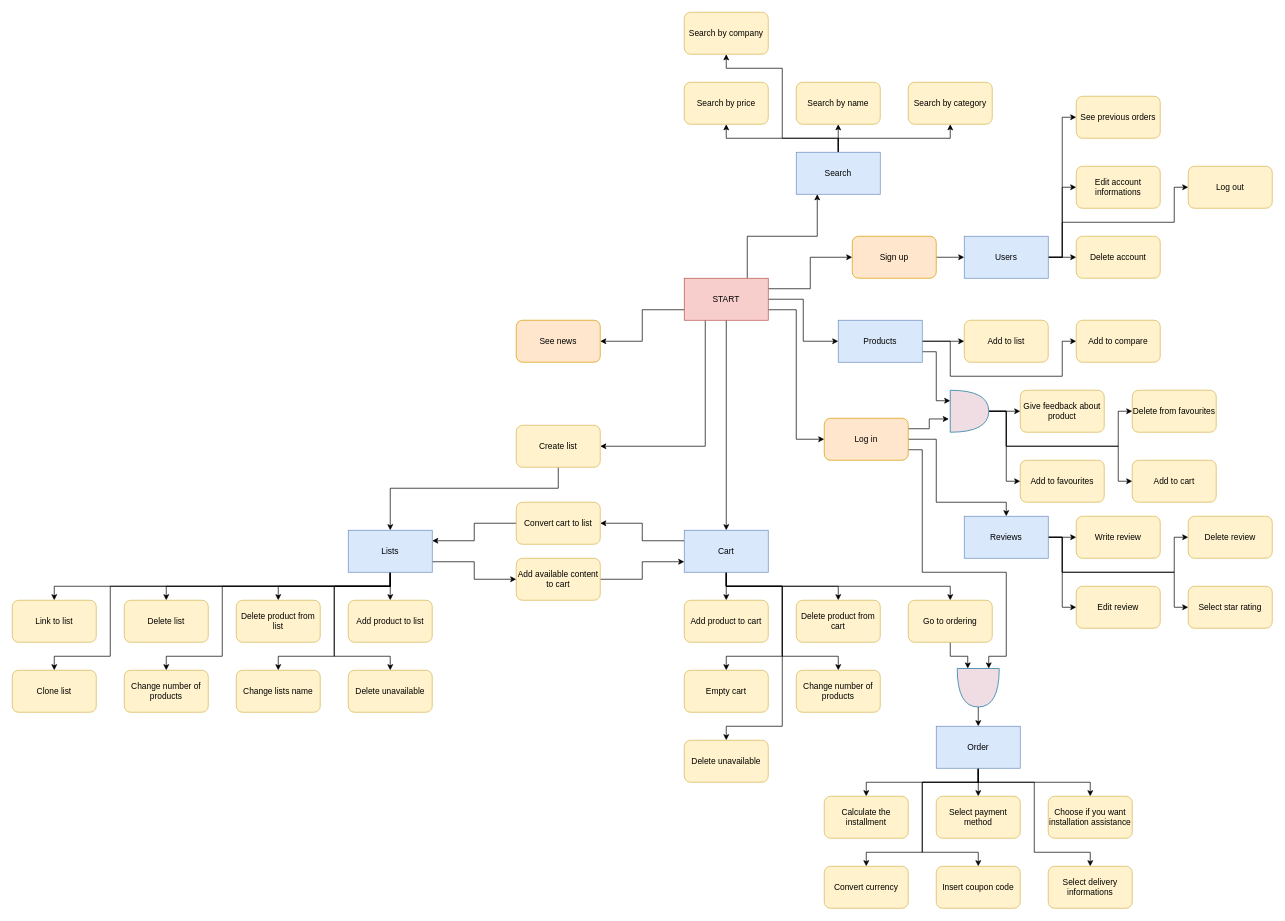
The draw.io diagram Documentation/DrawioFiles/functionalitiesSchema.drawio in Rumi152/X-KOMdb, before the edit. Source tidied: cells renumbered, new cells numbered last; positions are measured from the earlier drawing's top-left corner, leaving out a move shared by most shapes. Both pictures are drawn from the tidied source at 70%, with x=0, y=0 at pixel (12, 12).
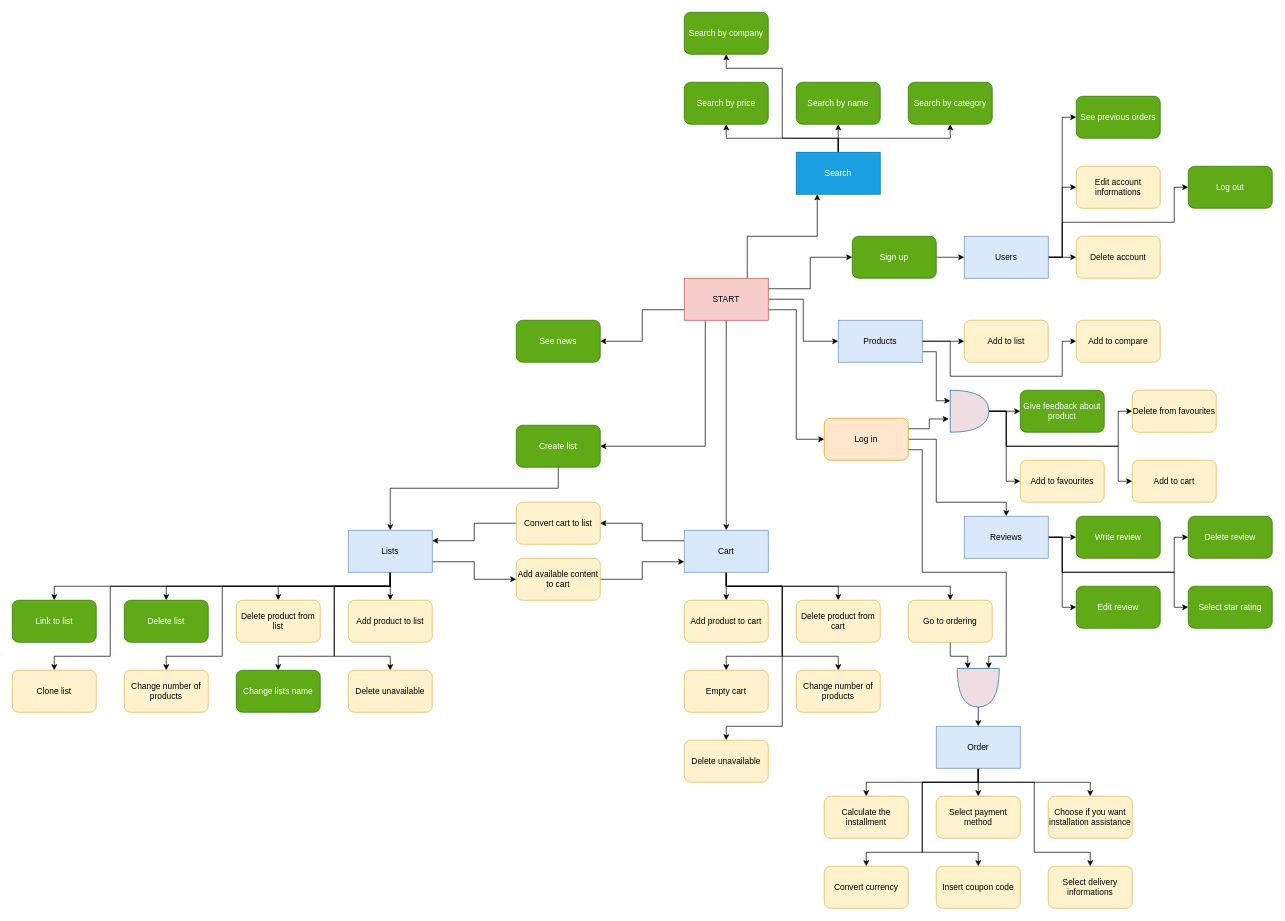
The same page after the edit.

Commit message (it also covers changes not shown here):
added deleting user

What changed in the source:
```diff
@@
-    <mxCell id="15" value="Sign up" style="rounded=1;whiteSpace=wrap;html=1;fillColor=#ffe6cc;strokeColor=#d79b00;fontColor=#000000;" parent="1" vertex="1">
+    <mxCell id="15" value="Sign up" style="rounded=1;whiteSpace=wrap;html=1;fillColor=#60a917;strokeColor=#2D7600;fontColor=#ffffff;" parent="1" vertex="1">
       <mxGeometry x="1200" y="320" width="120" height="60" as="geometry" />
     </mxCell>
-    <mxCell id="16" value="See news" style="rounded=1;whiteSpace=wrap;html=1;fillColor=#ffe6cc;strokeColor=#d79b00;fontColor=#000000;" parent="1" vertex="1">
+    <mxCell id="16" value="See news" style="rounded=1;whiteSpace=wrap;html=1;fillColor=#60a917;strokeColor=#2D7600;fontColor=#ffffff;" parent="1" vertex="1">
       <mxGeometry x="720" y="440" width="120" height="60" as="geometry" />
     </mxCell>
@@
-    <mxCell id="21" value="Search" style="rounded=0;whiteSpace=wrap;html=1;fillColor=#dae8fc;strokeColor=#6c8ebf;fontColor=#000000;" parent="1" vertex="1">
+    <mxCell id="21" value="Search" style="rounded=0;whiteSpace=wrap;html=1;fillColor=#1ba1e2;strokeColor=#006EAF;fontColor=#ffffff;" parent="1" vertex="1">
       <mxGeometry x="1120" y="200" width="120" height="60" as="geometry" />
     </mxCell>
@@
-    <mxCell id="55" value="Create list" style="rounded=1;whiteSpace=wrap;html=1;fillColor=#fff2cc;strokeColor=#d6b656;fontColor=#000000;" parent="1" vertex="1">
+    <mxCell id="55" value="Create list" style="rounded=1;whiteSpace=wrap;html=1;fillColor=#60a917;strokeColor=#2D7600;fontColor=#ffffff;" parent="1" vertex="1">
       <mxGeometry x="720" y="590" width="120" height="60" as="geometry" />
     </mxCell>
-    <mxCell id="56" value="Delete list" style="rounded=1;whiteSpace=wrap;html=1;fillColor=#fff2cc;strokeColor=#d6b656;fontColor=#000000;" parent="1" vertex="1">
+    <mxCell id="56" value="Delete list" style="rounded=1;whiteSpace=wrap;html=1;fillColor=#60a917;strokeColor=#2D7600;fontColor=#ffffff;" parent="1" vertex="1">
       <mxGeometry x="160" y="840" width="120" height="60" as="geometry" />
     </mxCell>
@@
-    <mxCell id="61" value="Change lists name" style="rounded=1;whiteSpace=wrap;html=1;strokeColor=#d6b656;fontFamily=Helvetica;fontSize=12;fontColor=#000000;fillColor=#fff2cc;" parent="1" vertex="1">
+    <mxCell id="61" value="Change lists name" style="rounded=1;whiteSpace=wrap;html=1;strokeColor=#2D7600;fontFamily=Helvetica;fontSize=12;fontColor=#ffffff;fillColor=#60a917;" parent="1" vertex="1">
       <mxGeometry x="320" y="940" width="120" height="60" as="geometry" />
     </mxCell>
-    <mxCell id="62" value="Link to list" style="rounded=1;whiteSpace=wrap;html=1;strokeColor=#d6b656;fontFamily=Helvetica;fontSize=12;fontColor=#000000;fillColor=#fff2cc;" parent="1" vertex="1">
+    <mxCell id="62" value="Link to list" style="rounded=1;whiteSpace=wrap;html=1;strokeColor=#2D7600;fontFamily=Helvetica;fontSize=12;fontColor=#ffffff;fillColor=#60a917;" parent="1" vertex="1">
       <mxGeometry y="840" width="120" height="60" as="geometry" />
     </mxCell>
@@
-    <mxCell id="88" value="Log out" style="rounded=1;whiteSpace=wrap;html=1;strokeColor=#d6b656;fontFamily=Helvetica;fontSize=12;fontColor=#000000;fillColor=#fff2cc;" parent="1" vertex="1">
+    <mxCell id="88" value="Log out" style="rounded=1;whiteSpace=wrap;html=1;strokeColor=#2D7600;fontFamily=Helvetica;fontSize=12;fontColor=#ffffff;fillColor=#60a917;" parent="1" vertex="1">
       <mxGeometry x="1680" y="220" width="120" height="60" as="geometry" />
     </mxCell>
-    <mxCell id="89" value="See previous orders" style="rounded=1;whiteSpace=wrap;html=1;strokeColor=#d6b656;fontFamily=Helvetica;fontSize=12;fontColor=#000000;fillColor=#fff2cc;" parent="1" vertex="1">
+    <mxCell id="89" value="See previous orders" style="rounded=1;whiteSpace=wrap;html=1;strokeColor=#2D7600;fontFamily=Helvetica;fontSize=12;fontColor=#ffffff;fillColor=#60a917;" parent="1" vertex="1">
       <mxGeometry x="1520" y="120" width="120" height="60" as="geometry" />
     </mxCell>
@@
-    <mxCell id="94" value="Give feedback about product" style="rounded=1;whiteSpace=wrap;html=1;strokeColor=#d6b656;fontFamily=Helvetica;fontSize=12;fontColor=#000000;fillColor=#fff2cc;" parent="1" vertex="1">
+    <mxCell id="94" value="Give feedback about product" style="rounded=1;whiteSpace=wrap;html=1;strokeColor=#2D7600;fontFamily=Helvetica;fontSize=12;fontColor=#ffffff;fillColor=#60a917;" parent="1" vertex="1">
       <mxGeometry x="1440" y="540" width="120" height="60" as="geometry" />
     </mxCell>
-    <mxCell id="95" value="Write review" style="rounded=1;whiteSpace=wrap;html=1;strokeColor=#d6b656;fontFamily=Helvetica;fontSize=12;fontColor=#000000;fillColor=#fff2cc;" parent="1" vertex="1">
+    <mxCell id="95" value="Write review" style="rounded=1;whiteSpace=wrap;html=1;strokeColor=#2D7600;fontFamily=Helvetica;fontSize=12;fontColor=#ffffff;fillColor=#60a917;" parent="1" vertex="1">
       <mxGeometry x="1520" y="720" width="120" height="60" as="geometry" />
     </mxCell>
-    <mxCell id="96" value="Edit review" style="rounded=1;whiteSpace=wrap;html=1;strokeColor=#d6b656;fontFamily=Helvetica;fontSize=12;fontColor=#000000;fillColor=#fff2cc;" parent="1" vertex="1">
+    <mxCell id="96" value="Edit review" style="rounded=1;whiteSpace=wrap;html=1;strokeColor=#2D7600;fontFamily=Helvetica;fontSize=12;fontColor=#ffffff;fillColor=#60a917;" parent="1" vertex="1">
       <mxGeometry x="1520" y="820" width="120" height="60" as="geometry" />
     </mxCell>
-    <mxCell id="97" value="Delete review" style="rounded=1;whiteSpace=wrap;html=1;strokeColor=#d6b656;fontFamily=Helvetica;fontSize=12;fontColor=#000000;fillColor=#fff2cc;" parent="1" vertex="1">
+    <mxCell id="97" value="Delete review" style="rounded=1;whiteSpace=wrap;html=1;strokeColor=#2D7600;fontFamily=Helvetica;fontSize=12;fontColor=#ffffff;fillColor=#60a917;" parent="1" vertex="1">
       <mxGeometry x="1680" y="720" width="120" height="60" as="geometry" />
     </mxCell>
@@
-    <mxCell id="99" value="Select star rating" style="rounded=1;whiteSpace=wrap;html=1;strokeColor=#d6b656;fontFamily=Helvetica;fontSize=12;fontColor=#000000;fillColor=#fff2cc;" parent="1" vertex="1">
+    <mxCell id="99" value="Select star rating" style="rounded=1;whiteSpace=wrap;html=1;strokeColor=#2D7600;fontFamily=Helvetica;fontSize=12;fontColor=#ffffff;fillColor=#60a917;" parent="1" vertex="1">
       <mxGeometry x="1680" y="820" width="120" height="60" as="geometry" />
     </mxCell>
-    <mxCell id="100" value="&lt;font&gt;Search by price&lt;/font&gt;" style="rounded=1;whiteSpace=wrap;html=1;strokeColor=#d6b656;fontFamily=Helvetica;fontSize=12;fontColor=#000000;fillColor=#fff2cc;" parent="1" vertex="1">
+    <mxCell id="100" value="&lt;font&gt;Search by price&lt;/font&gt;" style="rounded=1;whiteSpace=wrap;html=1;strokeColor=#2D7600;fontFamily=Helvetica;fontSize=12;fontColor=#ffffff;fillColor=#60a917;" parent="1" vertex="1">
       <mxGeometry x="960" y="100" width="120" height="60" as="geometry" />
     </mxCell>
-    <mxCell id="101" value="&lt;font&gt;Search by name&lt;/font&gt;" style="rounded=1;whiteSpace=wrap;html=1;strokeColor=#d6b656;fontFamily=Helvetica;fontSize=12;fontColor=#000000;fillColor=#fff2cc;" parent="1" vertex="1">
+    <mxCell id="101" value="&lt;font&gt;Search by name&lt;/font&gt;" style="rounded=1;whiteSpace=wrap;html=1;strokeColor=#2D7600;fontFamily=Helvetica;fontSize=12;fontColor=#ffffff;fillColor=#60a917;" parent="1" vertex="1">
       <mxGeometry x="1120" y="100" width="120" height="60" as="geometry" />
     </mxCell>
-    <mxCell id="102" value="Search by category" style="rounded=1;whiteSpace=wrap;html=1;strokeColor=#d6b656;fontFamily=Helvetica;fontSize=12;fontColor=#000000;fillColor=#fff2cc;" parent="1" vertex="1">
+    <mxCell id="102" value="Search by category" style="rounded=1;whiteSpace=wrap;html=1;strokeColor=#2D7600;fontFamily=Helvetica;fontSize=12;fontColor=#ffffff;fillColor=#60a917;" parent="1" vertex="1">
       <mxGeometry x="1280" y="100" width="120" height="60" as="geometry" />
     </mxCell>
-    <mxCell id="103" value="Search by company" style="rounded=1;whiteSpace=wrap;html=1;fillColor=#fff2cc;strokeColor=#d6b656;fontColor=#000000;" parent="1" vertex="1">
+    <mxCell id="103" value="Search by company" style="rounded=1;whiteSpace=wrap;html=1;fillColor=#60a917;strokeColor=#2D7600;fontColor=#ffffff;" parent="1" vertex="1">
       <mxGeometry x="960" width="120" height="60" as="geometry" />
     </mxCell>
```
